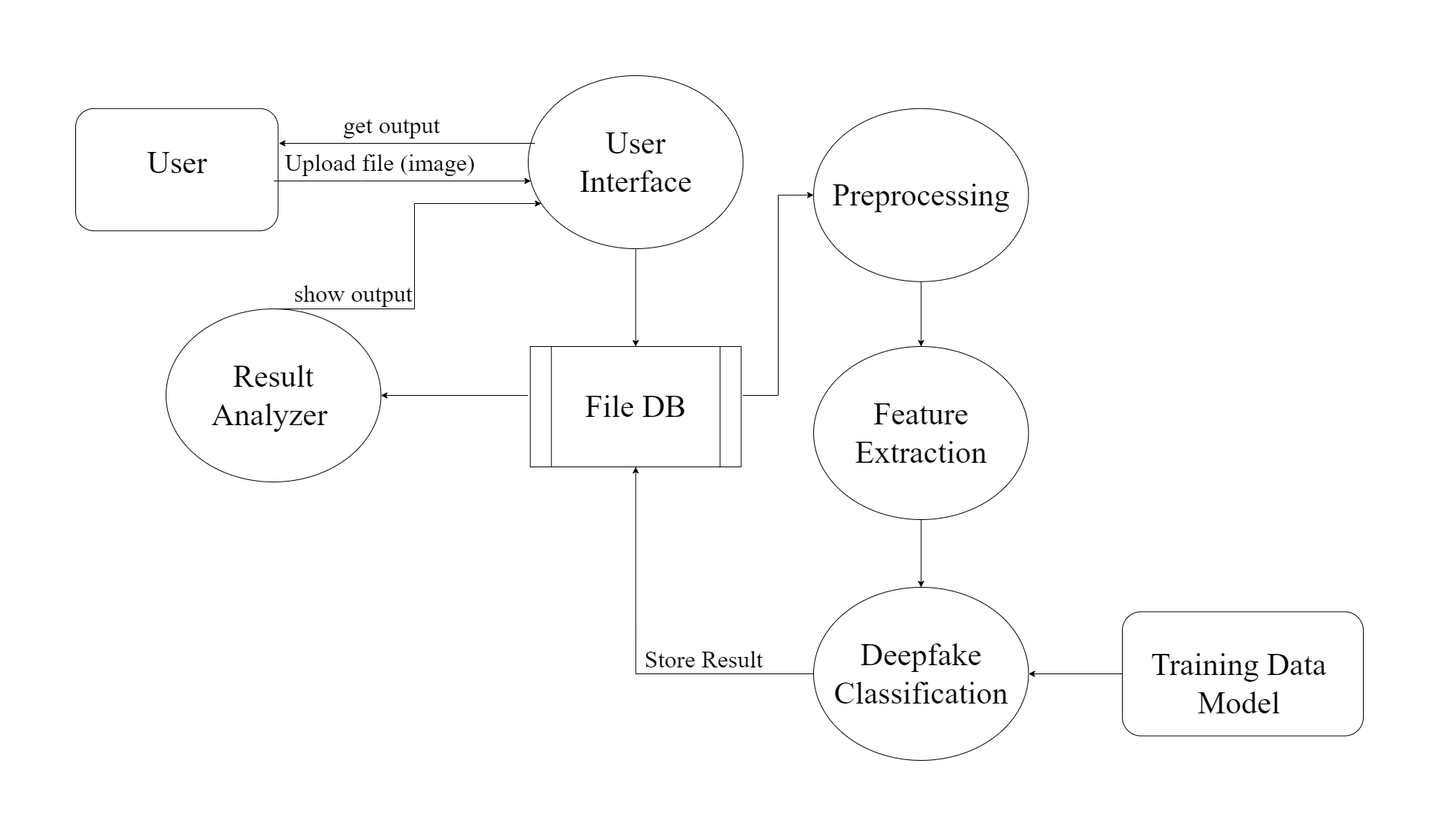
This is img/level1dfd.drawio.png from SanjishMaharjan/Project-Report, a draw.io export, as it was before one commit. Source tidied: cells renumbered, new cells last; positions are measured from the earlier drawing's top-left corner, leaving out a move shared by most shapes.
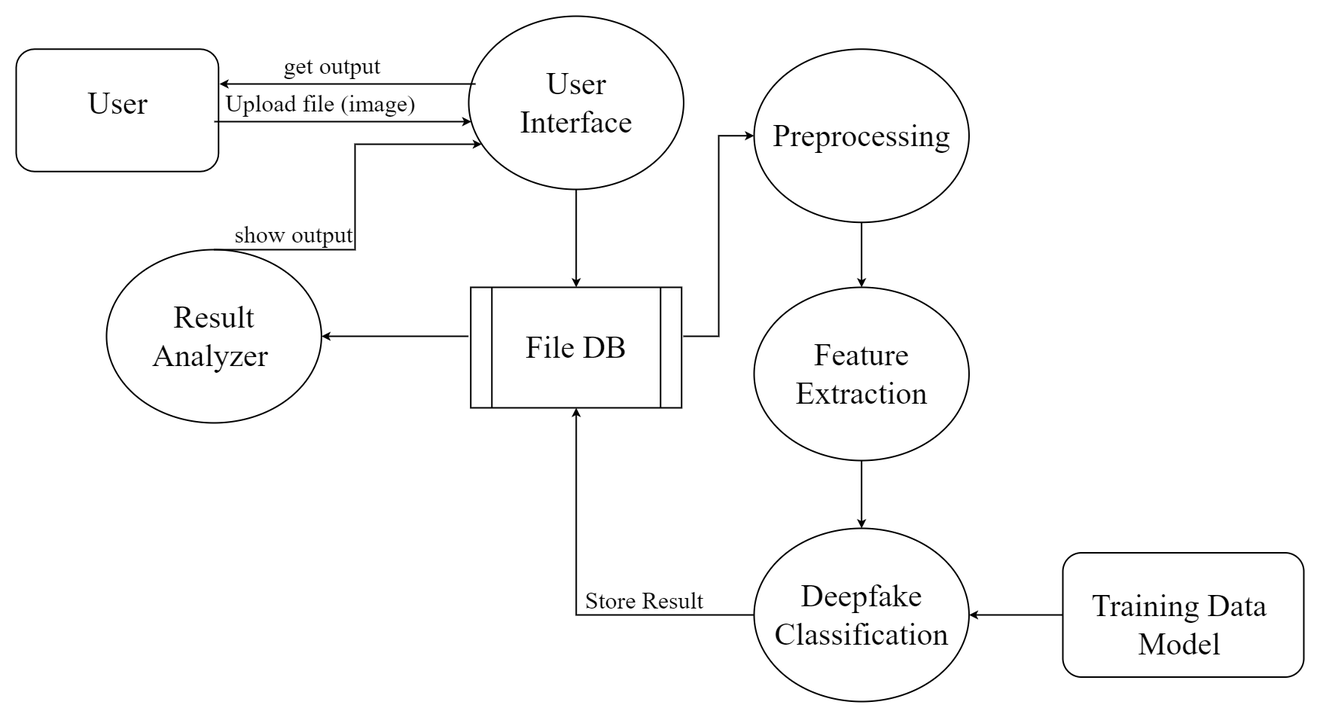
Later version of the same file.

Diff of the diagram source:
```diff
@@ -2,10 +2,10 @@
   <root>
     <mxCell id="0" />
     <mxCell id="1" parent="0" />
-    <mxCell id="2" style="group;" parent="1" vertex="1">
+    <mxCell id="2" style="group;strokeWidth=1;" parent="1" vertex="1">
       <mxGeometry y="43.8" width="268.8" height="162.5" as="geometry" />
     </mxCell>
-    <mxCell id="3" style="rounded=1;whiteSpace=wrap;html=1;fontFamily=Times New Roman;fontSize=36;" parent="2" vertex="1">
+    <mxCell id="3" style="rounded=1;whiteSpace=wrap;html=1;fontFamily=Times New Roman;fontSize=36;strokeWidth=2;" parent="2" vertex="1">
       <mxGeometry width="268.8" height="162.5" as="geometry" />
     </mxCell>
     <mxCell id="4" value="&lt;font style=&quot;font-size: 42px;&quot;&gt;User&lt;/font&gt;" style="text;html=1;strokeColor=none;fillColor=none;align=center;verticalAlign=middle;whiteSpace=wrap;rounded=0;fontSize=36;fontFamily=Times New Roman;" parent="2" vertex="1">
@@ -14,31 +14,31 @@
     <mxCell id="5" value="&lt;font style=&quot;font-size: 32px;&quot;&gt;Upload file (image)&lt;/font&gt;" style="text;html=1;strokeColor=none;fillColor=none;align=center;verticalAlign=middle;whiteSpace=wrap;rounded=0;fontSize=36;fontFamily=Times New Roman;rotation=0;" parent="1" vertex="1">
       <mxGeometry x="250" y="100" width="309" height="30" as="geometry" />
     </mxCell>
-    <mxCell id="6" style="group;" parent="1" vertex="1">
+    <mxCell id="6" style="group;strokeWidth=3;" parent="1" vertex="1">
       <mxGeometry x="980" y="43.8" width="285.4" height="230" as="geometry" />
     </mxCell>
     <mxCell id="7" style="group;" parent="6" vertex="1">
       <mxGeometry width="285.4" height="230" as="geometry" />
     </mxCell>
-    <mxCell id="8" style="ellipse;whiteSpace=wrap;html=1;fontFamily=Times New Roman;fontStyle=1;fontSize=36;" parent="7" vertex="1">
+    <mxCell id="8" style="ellipse;whiteSpace=wrap;html=1;fontFamily=Times New Roman;fontStyle=1;fontSize=36;strokeWidth=2;" parent="7" vertex="1">
       <mxGeometry width="285.4" height="230" as="geometry" />
     </mxCell>
     <mxCell id="9" value="&lt;font style=&quot;font-size: 42px;&quot;&gt;Preprocessing&lt;/font&gt;" style="text;html=1;strokeColor=none;fillColor=none;align=center;verticalAlign=middle;whiteSpace=wrap;rounded=0;fontSize=36;fontFamily=Times New Roman;" parent="7" vertex="1">
       <mxGeometry x="40.9" y="77.5" width="203.7" height="75" as="geometry" />
     </mxCell>
-    <mxCell id="10" style="group;" parent="1" vertex="1">
+    <mxCell id="10" style="group;strokeWidth=2;" parent="1" vertex="1">
       <mxGeometry x="980" y="360" width="285.4" height="230" as="geometry" />
     </mxCell>
-    <mxCell id="11" style="ellipse;whiteSpace=wrap;html=1;fontFamily=Times New Roman;fontStyle=1;fontSize=36;" parent="10" vertex="1">
+    <mxCell id="11" style="ellipse;whiteSpace=wrap;html=1;fontFamily=Times New Roman;fontStyle=1;fontSize=36;strokeWidth=2;" parent="10" vertex="1">
       <mxGeometry width="285.4" height="230" as="geometry" />
     </mxCell>
     <mxCell id="12" value="&lt;font style=&quot;font-size: 42px;&quot;&gt;Feature Extraction&lt;/font&gt;" style="text;html=1;strokeColor=none;fillColor=none;align=center;verticalAlign=middle;whiteSpace=wrap;rounded=0;fontSize=36;fontFamily=Times New Roman;" parent="10" vertex="1">
       <mxGeometry x="40.9" y="77.5" width="203.7" height="75" as="geometry" />
     </mxCell>
-    <mxCell id="13" style="group;" parent="1" vertex="1">
+    <mxCell id="13" style="group;strokeWidth=2;" parent="1" vertex="1">
       <mxGeometry x="980" y="680" width="285.4" height="230" as="geometry" />
     </mxCell>
-    <mxCell id="14" style="ellipse;whiteSpace=wrap;html=1;fontFamily=Times New Roman;fontStyle=1;fontSize=36;" parent="13" vertex="1">
+    <mxCell id="14" style="ellipse;whiteSpace=wrap;html=1;fontFamily=Times New Roman;fontStyle=1;fontSize=36;strokeWidth=2;" parent="13" vertex="1">
       <mxGeometry width="285.4" height="230" as="geometry" />
     </mxCell>
     <mxCell id="15" value="&lt;font style=&quot;font-size: 42px;&quot;&gt;Deepfake&lt;br&gt;Classification&lt;br&gt;&lt;/font&gt;" style="text;html=1;strokeColor=none;fillColor=none;align=center;verticalAlign=middle;whiteSpace=wrap;rounded=0;fontSize=36;fontFamily=Times New Roman;" parent="13" vertex="1">
@@ -50,19 +50,19 @@
     <mxCell id="17" style="group;" parent="16" vertex="1">
       <mxGeometry x="-90" y="-120" width="285.4" height="230" as="geometry" />
     </mxCell>
-    <mxCell id="18" style="ellipse;whiteSpace=wrap;html=1;fontFamily=Times New Roman;fontStyle=1;fontSize=36;" parent="17" vertex="1">
+    <mxCell id="18" style="ellipse;whiteSpace=wrap;html=1;fontFamily=Times New Roman;fontStyle=1;fontSize=36;strokeWidth=2;" parent="17" vertex="1">
       <mxGeometry width="285.4" height="230" as="geometry" />
     </mxCell>
     <mxCell id="19" value="&lt;font style=&quot;font-size: 42px;&quot;&gt;User Interface&lt;/font&gt;" style="text;html=1;strokeColor=none;fillColor=none;align=center;verticalAlign=middle;whiteSpace=wrap;rounded=0;fontSize=36;fontFamily=Times New Roman;" parent="17" vertex="1">
       <mxGeometry x="40.9" y="77.5" width="203.7" height="75" as="geometry" />
     </mxCell>
-    <mxCell id="20" value="&lt;font style=&quot;font-size: 42px;&quot;&gt;File DB&lt;/font&gt;" style="shape=process;whiteSpace=wrap;html=1;backgroundOutline=1;fontFamily=Times New Roman;fontSize=32;" parent="16" vertex="1">
+    <mxCell id="20" value="&lt;font style=&quot;font-size: 42px;&quot;&gt;File DB&lt;/font&gt;" style="shape=process;whiteSpace=wrap;html=1;backgroundOutline=1;fontFamily=Times New Roman;fontSize=32;strokeWidth=2;" parent="16" vertex="1">
       <mxGeometry x="-87.3" y="240" width="280" height="160" as="geometry" />
     </mxCell>
-    <mxCell id="21" style="edgeStyle=orthogonalEdgeStyle;rounded=0;jettySize=auto;html=1;entryX=0.5;entryY=0;entryDx=0;entryDy=0;fontFamily=Times New Roman;fontSize=32;" parent="16" edge="1" source="18" target="20">
+    <mxCell id="21" style="edgeStyle=orthogonalEdgeStyle;rounded=0;jettySize=auto;html=1;entryX=0.5;entryY=0;entryDx=0;entryDy=0;fontFamily=Times New Roman;fontSize=32;strokeWidth=2;" parent="16" edge="1" source="18" target="20">
       <mxGeometry relative="1" as="geometry" />
     </mxCell>
-    <mxCell id="22" style="edgeStyle=orthogonalEdgeStyle;rounded=0;jettySize=auto;html=1;fontFamily=Times New Roman;fontSize=24;" parent="1" edge="1" source="4" target="18">
+    <mxCell id="22" style="edgeStyle=orthogonalEdgeStyle;rounded=0;jettySize=auto;html=1;fontFamily=Times New Roman;fontSize=24;strokeWidth=2;" parent="1" edge="1" source="4" target="18">
       <mxGeometry relative="1" as="geometry">
         <Array as="points">
           <mxPoint x="380" y="140" />
@@ -70,30 +70,30 @@
         </Array>
       </mxGeometry>
     </mxCell>
-    <mxCell id="23" style="edgeStyle=orthogonalEdgeStyle;rounded=0;jettySize=auto;html=1;entryX=0;entryY=0.5;entryDx=0;entryDy=0;fontFamily=Times New Roman;fontSize=24;" parent="1" edge="1" target="8">
+    <mxCell id="23" style="edgeStyle=orthogonalEdgeStyle;rounded=0;jettySize=auto;html=1;entryX=0;entryY=0.5;entryDx=0;entryDy=0;fontFamily=Times New Roman;fontSize=24;strokeWidth=2;" parent="1" edge="1" target="8">
       <mxGeometry relative="1" as="geometry">
         <mxPoint x="886.1" y="425" as="sourcePoint" />
       </mxGeometry>
     </mxCell>
-    <mxCell id="24" style="edgeStyle=orthogonalEdgeStyle;rounded=0;jettySize=auto;html=1;fontFamily=Times New Roman;fontSize=24;" parent="1" edge="1" source="8" target="11">
+    <mxCell id="24" style="edgeStyle=orthogonalEdgeStyle;rounded=0;jettySize=auto;html=1;fontFamily=Times New Roman;fontSize=24;strokeWidth=2;" parent="1" edge="1" source="8" target="11">
       <mxGeometry relative="1" as="geometry" />
     </mxCell>
-    <mxCell id="25" style="edgeStyle=orthogonalEdgeStyle;rounded=0;jettySize=auto;html=1;fontFamily=Times New Roman;fontSize=24;" parent="1" edge="1" source="11" target="14">
+    <mxCell id="25" style="edgeStyle=orthogonalEdgeStyle;rounded=0;jettySize=auto;html=1;fontFamily=Times New Roman;fontSize=24;strokeWidth=2;" parent="1" edge="1" source="11" target="14">
       <mxGeometry relative="1" as="geometry" />
     </mxCell>
-    <mxCell id="26" style="group;" parent="1" vertex="1">
+    <mxCell id="26" style="group;strokeWidth=3;" parent="1" vertex="1">
       <mxGeometry x="1390" y="712.5" width="320" height="165" as="geometry" />
     </mxCell>
-    <mxCell id="27" style="rounded=1;whiteSpace=wrap;html=1;fontFamily=Times New Roman;fontSize=24;" parent="26" vertex="1">
+    <mxCell id="27" style="rounded=1;whiteSpace=wrap;html=1;fontFamily=Times New Roman;fontSize=24;strokeWidth=2;" parent="26" vertex="1">
       <mxGeometry width="320" height="165" as="geometry" />
     </mxCell>
     <mxCell id="28" value="Training Data Model" style="text;html=1;strokeColor=none;fillColor=none;align=center;verticalAlign=middle;whiteSpace=wrap;rounded=0;fontSize=42;fontFamily=Times New Roman;" parent="26" vertex="1">
       <mxGeometry x="30" y="30" width="250" height="130" as="geometry" />
     </mxCell>
-    <mxCell id="29" style="edgeStyle=orthogonalEdgeStyle;rounded=0;jettySize=auto;html=1;fontFamily=Times New Roman;fontSize=42;" parent="1" edge="1" source="27" target="14">
+    <mxCell id="29" style="edgeStyle=orthogonalEdgeStyle;rounded=0;jettySize=auto;html=1;fontFamily=Times New Roman;fontSize=42;strokeWidth=2;" parent="1" edge="1" source="27" target="14">
       <mxGeometry relative="1" as="geometry" />
     </mxCell>
-    <mxCell id="30" style="edgeStyle=orthogonalEdgeStyle;rounded=0;jettySize=auto;html=1;fontFamily=Times New Roman;fontSize=42;entryX=0.5;entryY=1;entryDx=0;entryDy=0;" parent="1" edge="1" source="14" target="20">
+    <mxCell id="30" style="edgeStyle=orthogonalEdgeStyle;rounded=0;jettySize=auto;html=1;fontFamily=Times New Roman;fontSize=42;entryX=0.5;entryY=1;entryDx=0;entryDy=0;strokeWidth=2;" parent="1" edge="1" source="14" target="20">
       <mxGeometry relative="1" as="geometry" />
     </mxCell>
     <mxCell id="31" value="&lt;font style=&quot;font-size: 32px;&quot;&gt;Store Result&lt;/font&gt;" style="text;html=1;strokeColor=none;fillColor=none;align=center;verticalAlign=middle;whiteSpace=wrap;rounded=0;fontSize=36;fontFamily=Times New Roman;rotation=0;" parent="1" vertex="1">
@@ -102,18 +102,18 @@
     <mxCell id="32" style="group;" parent="1" vertex="1">
       <mxGeometry x="120" y="310" width="285.4" height="230" as="geometry" />
     </mxCell>
-    <mxCell id="33" style="ellipse;whiteSpace=wrap;html=1;fontFamily=Times New Roman;fontStyle=1;fontSize=36;" parent="32" vertex="1">
+    <mxCell id="33" style="ellipse;whiteSpace=wrap;html=1;fontFamily=Times New Roman;fontStyle=1;fontSize=36;strokeWidth=2;" parent="32" vertex="1">
       <mxGeometry width="285.4" height="230" as="geometry" />
     </mxCell>
     <mxCell id="34" value="&lt;font style=&quot;font-size: 42px;&quot;&gt;Result Analyzer&amp;nbsp;&lt;/font&gt;" style="text;html=1;strokeColor=none;fillColor=none;align=center;verticalAlign=middle;whiteSpace=wrap;rounded=0;fontSize=36;fontFamily=Times New Roman;" parent="32" vertex="1">
       <mxGeometry x="40.9" y="77.5" width="203.7" height="75" as="geometry" />
     </mxCell>
-    <mxCell id="35" style="edgeStyle=orthogonalEdgeStyle;rounded=0;jettySize=auto;html=1;fontFamily=Times New Roman;fontSize=32;" parent="1" edge="1" target="33">
+    <mxCell id="35" style="edgeStyle=orthogonalEdgeStyle;rounded=0;jettySize=auto;html=1;fontFamily=Times New Roman;fontSize=32;strokeWidth=2;" parent="1" edge="1" target="33">
       <mxGeometry relative="1" as="geometry">
         <mxPoint x="600.6" y="425" as="sourcePoint" />
       </mxGeometry>
     </mxCell>
-    <mxCell id="36" style="edgeStyle=orthogonalEdgeStyle;rounded=0;jettySize=auto;html=1;fontFamily=Times New Roman;fontSize=32;" parent="1" edge="1" source="33" target="18">
+    <mxCell id="36" style="edgeStyle=orthogonalEdgeStyle;rounded=0;jettySize=auto;html=1;fontFamily=Times New Roman;fontSize=32;strokeWidth=2;" parent="1" edge="1" source="33" target="18">
       <mxGeometry relative="1" as="geometry">
         <Array as="points">
           <mxPoint x="450" y="310" />
@@ -124,7 +124,7 @@
     <mxCell id="37" value="&lt;font style=&quot;font-size: 32px;&quot;&gt;show output&lt;/font&gt;" style="text;html=1;strokeColor=none;fillColor=none;align=center;verticalAlign=middle;whiteSpace=wrap;rounded=0;fontSize=36;fontFamily=Times New Roman;rotation=0;" parent="1" vertex="1">
       <mxGeometry x="179" y="273.8" width="380" height="30" as="geometry" />
     </mxCell>
-    <mxCell id="38" style="endArrow=classic;html=1;rounded=0;fontFamily=Times New Roman;fontSize=32;" parent="1" edge="1">
+    <mxCell id="38" style="endArrow=classic;html=1;rounded=0;fontFamily=Times New Roman;fontSize=32;strokeWidth=2;" parent="1" edge="1">
       <mxGeometry relative="1" as="geometry">
         <mxPoint x="610" y="90" as="sourcePoint" />
         <mxPoint x="270" y="90" as="targetPoint" />
```
